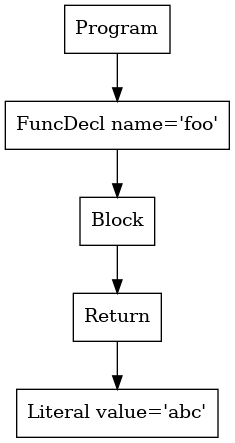
The Graphviz diagram tree.png in phamml/p2-parser, before a commit. Its source is kept beside it as tree.dot.
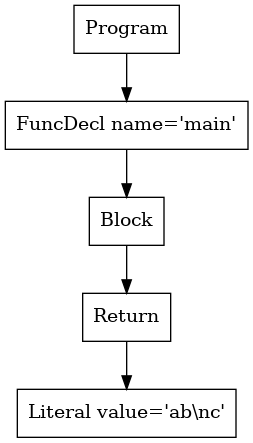
The same diagram one commit later.

What changed in the source:
```diff
@@ -1,10 +1,10 @@
 digraph AST {
-4 [shape=box, label="Literal value='abc'"];
+4 [shape=box, label="Literal value='ab\\nc'"];
 3 [shape=box, label="Return"];
 3 -> 4;
 2 [shape=box, label="Block"];
 2 -> 3;
-1 [shape=box, label="FuncDecl name='foo'"];
+1 [shape=box, label="FuncDecl name='main'"];
 1 -> 2;
 0 [shape=box, label="Program"];
 0 -> 1;
```
